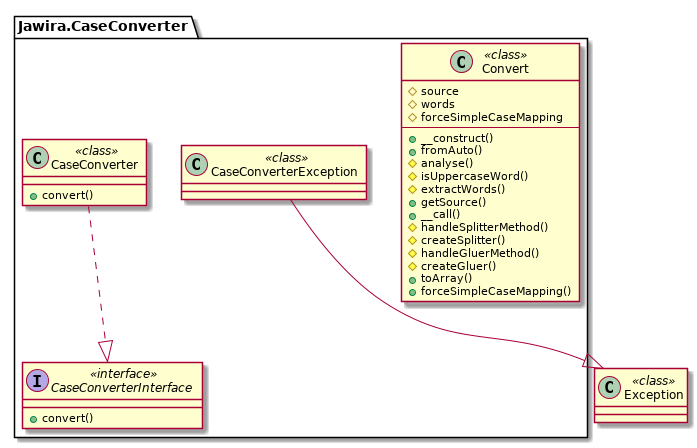
Above: images/uml-case-converter.png in knm1/case-converter (PlantUML), before the change.
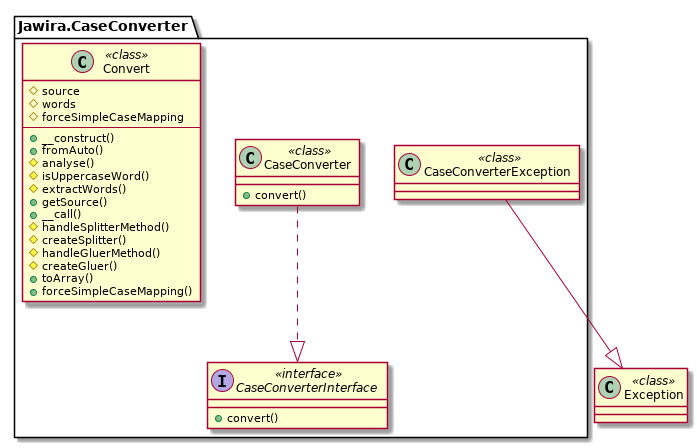
After the change.

What changed in the source:
```diff
@@ -1,5 +1,13 @@
 @startuml
 namespace Jawira.CaseConverter  {
+	interface CaseConverterInterface << interface >> {
+		+convert()
+	}
+	class CaseConverter << class >> {
+		+convert()
+	}
+	class CaseConverterException << class >> {
+	}
 	class Convert << class >> {
 		#source
 		#words
@@ -19,14 +27,6 @@
 		+toArray()
 		+forceSimpleCaseMapping()
 	}
-	class CaseConverter << class >> {
-		+convert()
-	}
-	interface CaseConverterInterface << interface >> {
-		+convert()
-	}
-	class CaseConverterException << class >> {
-	}
 }
 	class Exception << class >> {
 	}
```
